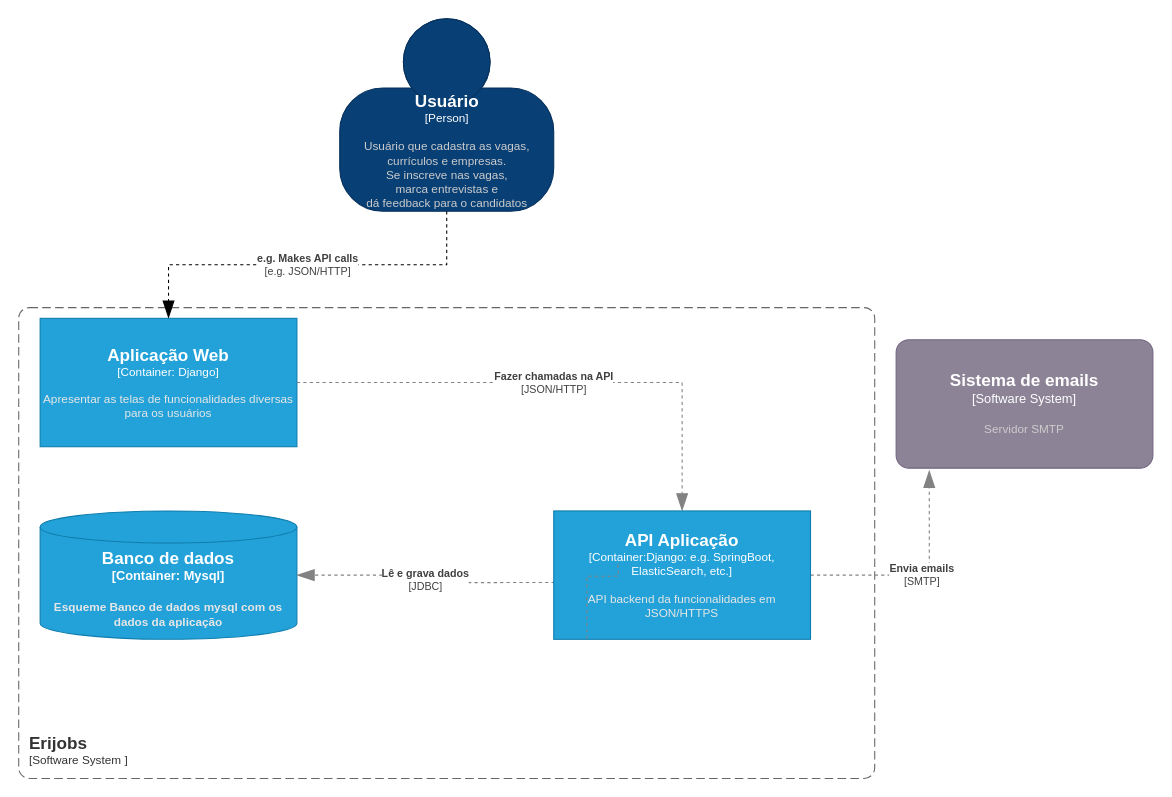
Before: page "C4_container" (2 of 4) of Diagrama_Casos_De_uso/Diagrama sem nome.drawio in eribaru/erijobs, a draw.io diagram. Source tidied: cells renumbered, new cells numbered last; positions are measured from the earlier drawing's top-left corner, leaving out a move shared by most shapes. Both pictures are drawn from the tidied source at 107%, with x=0, y=0 at pixel (18, 18).
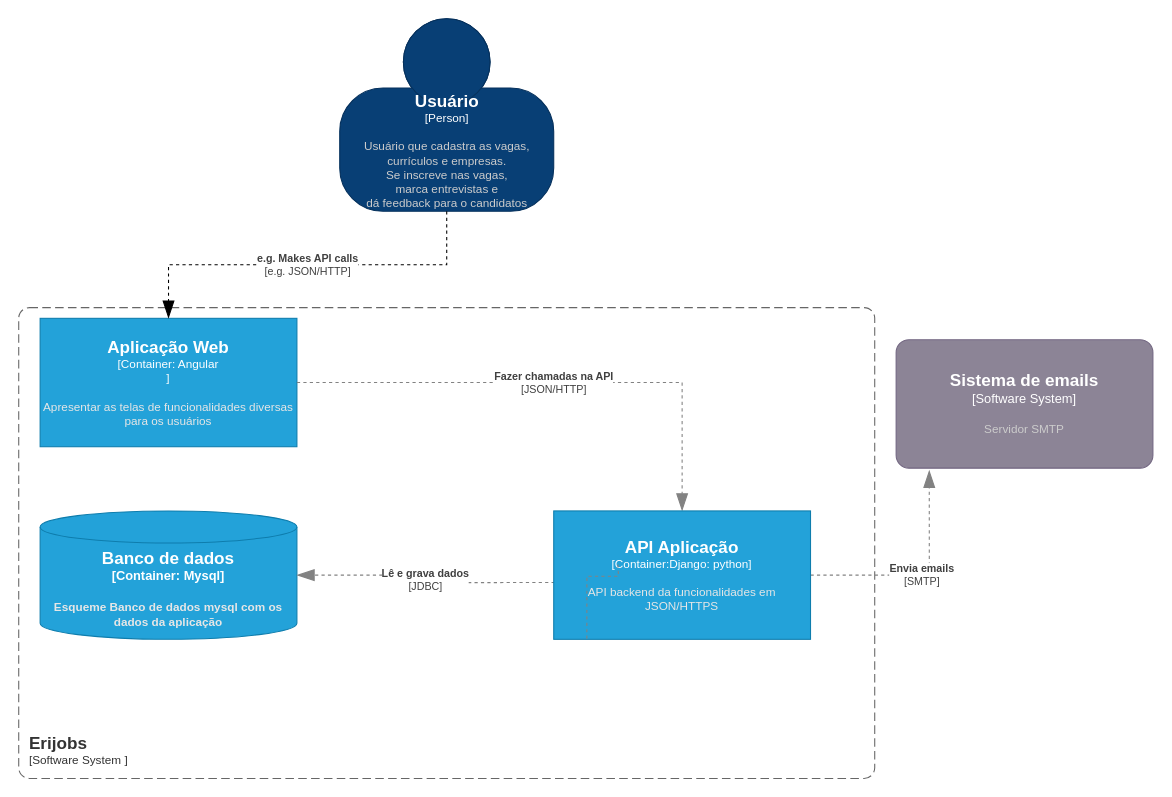
The same page after the edit.

Diff of the diagram source:
```diff
@@
-    <object id="4" label="&lt;font style=&quot;font-size: 16px&quot;&gt;&lt;b&gt;%c4Name%&lt;/b&gt;&lt;/font&gt;&lt;div&gt;[%c4Type%: %c4Technology%]&lt;/div&gt;&lt;br&gt;&lt;div&gt;&lt;font style=&quot;font-size: 11px&quot;&gt;&lt;font color=&quot;#E6E6E6&quot;&gt;%c4Description%&lt;/font&gt;&lt;/div&gt;" c4Description="Apresentar as telas de funcionalidades diversas para os usuários" c4Name="Aplicação Web" c4Technology="Django" c4Type="Container" placeholders="1">
+    <object id="4" label="&lt;font style=&quot;font-size: 16px&quot;&gt;&lt;b&gt;%c4Name%&lt;/b&gt;&lt;/font&gt;&lt;div&gt;[%c4Type%: %c4Technology%]&lt;/div&gt;&lt;br&gt;&lt;div&gt;&lt;font style=&quot;font-size: 11px&quot;&gt;&lt;font color=&quot;#E6E6E6&quot;&gt;%c4Description%&lt;/font&gt;&lt;/div&gt;" c4Description="Apresentar as telas de funcionalidades diversas para os usuários" c4Name="Aplicação Web" c4Technology="Angular&#10;" c4Type="Container" placeholders="1">
       <mxCell style="rounded=0;whiteSpace=wrap;html=1;fontSize=11;labelBackgroundColor=none;fillColor=#23A2D9;fontColor=#ffffff;align=center;arcSize=10;strokeColor=#0E7DAD;points=[[0.25,0,0],[0.5,0,0],[0.75,0,0],[1,0.25,0],[1,0.5,0],[1,0.75,0],[0.75,1,0],[0.5,1,0],[0.25,1,0],[0,0.75,0],[0,0.5,0],[0,0.25,0]];glass=0;sketch=0;shadow=0;" parent="1" vertex="1">
         <mxGeometry x="20" y="280" width="240" height="120" as="geometry" />
       </mxCell>
     </object>
@@
-    <object id="11" label="&lt;font style=&quot;font-size: 16px&quot;&gt;&lt;b&gt;%c4Name%&lt;/b&gt;&lt;/font&gt;&lt;div&gt;[%c4Type%: %c4Technology%]&lt;/div&gt;&lt;br&gt;&lt;div&gt;&lt;font style=&quot;font-size: 11px&quot;&gt;&lt;font color=&quot;#E6E6E6&quot;&gt;%c4Description%&lt;/font&gt;&lt;/div&gt;" c4Description="API backend da funcionalidades em JSON/HTTPS" c4Name="API Aplicação" c4Technology="e.g. SpringBoot, ElasticSearch, etc." c4Type="Container:Django" placeholders="1">
+    <object id="11" label="&lt;font style=&quot;font-size: 16px&quot;&gt;&lt;b&gt;%c4Name%&lt;/b&gt;&lt;/font&gt;&lt;div&gt;[%c4Type%: %c4Technology%]&lt;/div&gt;&lt;br&gt;&lt;div&gt;&lt;font style=&quot;font-size: 11px&quot;&gt;&lt;font color=&quot;#E6E6E6&quot;&gt;%c4Description%&lt;/font&gt;&lt;/div&gt;" c4Description="API backend da funcionalidades em JSON/HTTPS" c4Name="API Aplicação" c4Technology="python" c4Type="Container:Django" placeholders="1">
       <mxCell style="rounded=0;whiteSpace=wrap;html=1;fontSize=11;labelBackgroundColor=none;fillColor=#23A2D9;fontColor=#ffffff;align=center;arcSize=10;strokeColor=#0E7DAD;points=[[0.25,0,0],[0.5,0,0],[0.75,0,0],[1,0.25,0],[1,0.5,0],[1,0.75,0],[0.75,1,0],[0.5,1,0],[0.25,1,0],[0,0.75,0],[0,0.5,0],[0,0.25,0]];" parent="1" vertex="1">
         <mxGeometry x="500" y="460" width="240" height="120" as="geometry" />
       </mxCell>
     </object>
```
